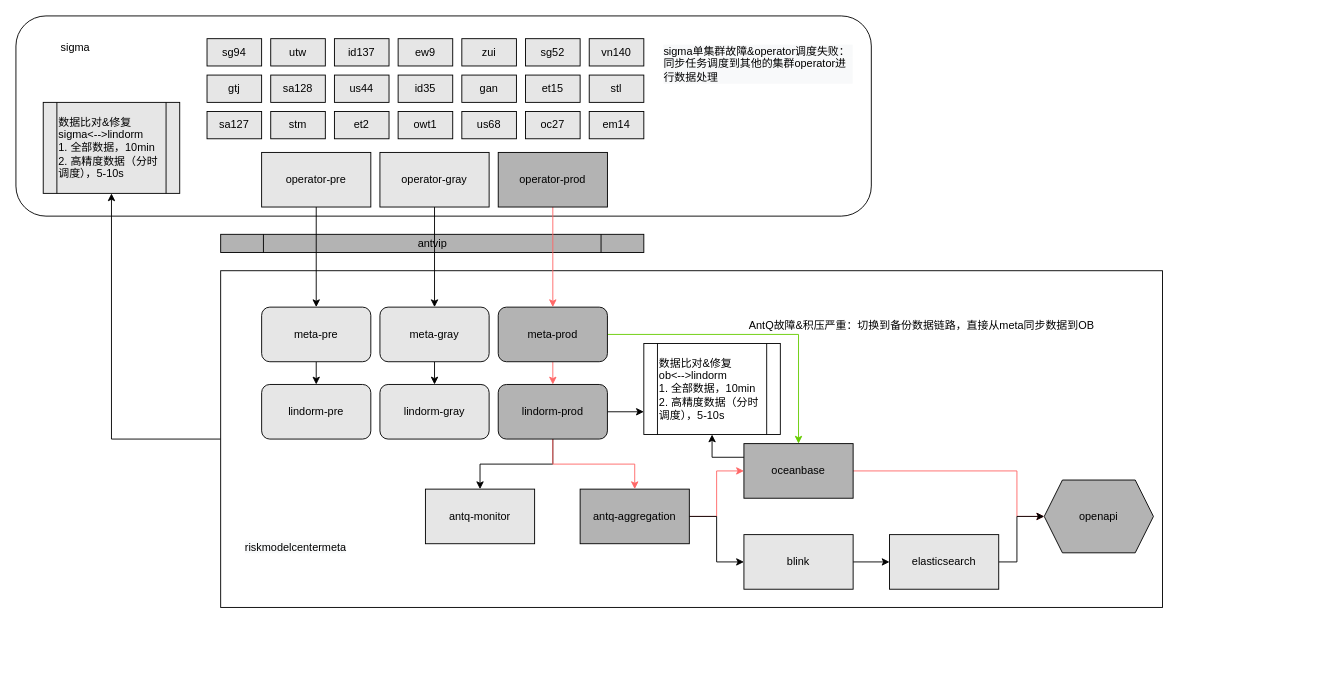
Earlier version of the draw.io diagram 蚂蚁金服/RMC/蚂蚁金服-RMC-[20200904]-分时调度数据链路.drawio (frankneu/draw.io). Source tidied: cells renumbered, new cells numbered last; positions are measured from the earlier drawing's top-left corner, leaving out a move shared by most shapes. Both pictures are drawn from the tidied source at 91%, with x=0, y=0 at pixel (15, 15).
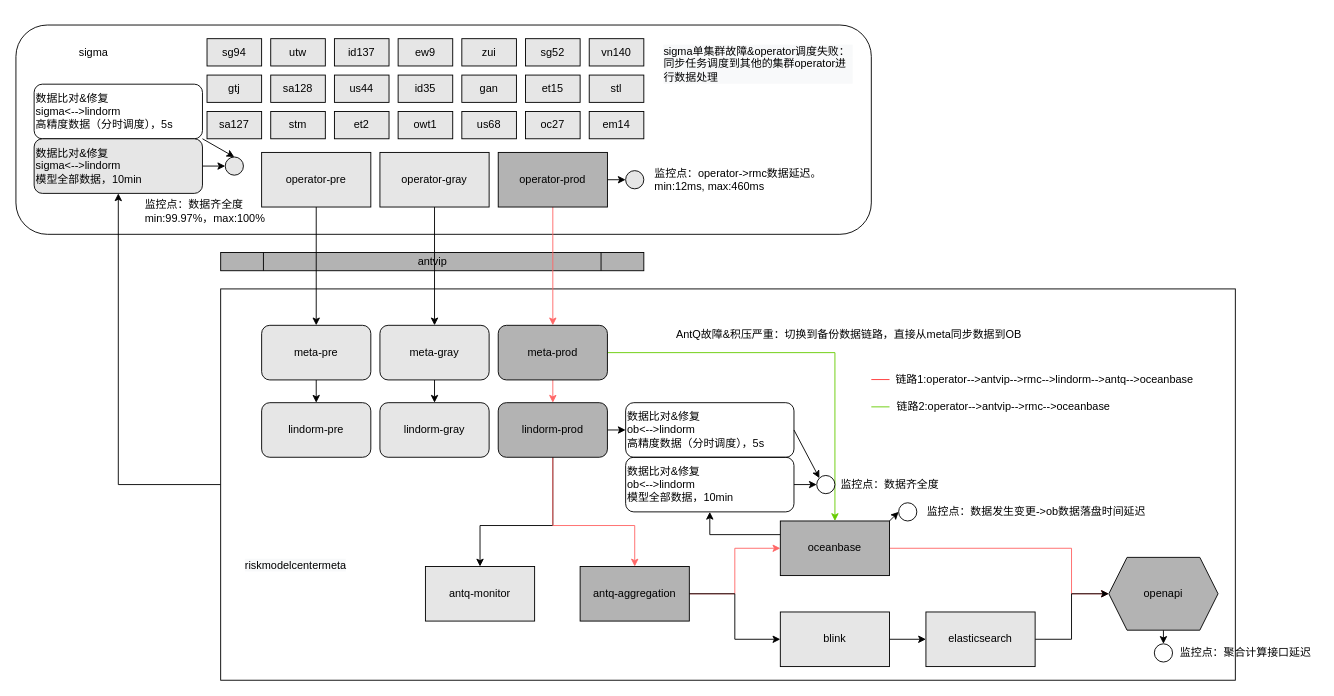
The same page after the edit.

Commit message (it also covers changes not shown here):
Update 蚂蚁金服-RMC-[20200904]-分时调度数据链路.drawio

Unchanged cells that the change refers to:
```xml
<mxCell id="32" value="&lt;span&gt;operator-prod&lt;/span&gt;" style="rounded=0;whiteSpace=wrap;html=1;fillColor=#B3B3B3;" parent="1" vertex="1">
  <mxGeometry x="530" y="150" width="120" height="60" as="geometry" />
</mxCell>
```

Change to the diagram source:
```diff
@@
     <mxCell id="2" style="rounded=1;whiteSpace=wrap;html=1;" parent="1" vertex="1">
-      <mxGeometry width="940" height="220" as="geometry" />
+      <mxGeometry y="10" width="940" height="230" as="geometry" />
     </mxCell>
@@
     <mxCell id="24" value="antvip" style="shape=process;whiteSpace=wrap;html=1;backgroundOutline=1;fillColor=#B3B3B3;" parent="1" vertex="1">
-      <mxGeometry x="225" y="240" width="465" height="20" as="geometry" />
+      <mxGeometry x="225" y="260" width="465" height="20" as="geometry" />
     </mxCell>
-    <mxCell id="25" style="edgeStyle=orthogonalEdgeStyle;rounded=0;jettySize=auto;html=1;exitX=0;exitY=0.5;exitDx=0;exitDy=0;entryX=0.5;entryY=1;entryDx=0;entryDy=0;" parent="1" edge="1" source="26" target="60">
+    <mxCell id="25" style="edgeStyle=orthogonalEdgeStyle;rounded=0;jettySize=auto;html=1;exitX=0;exitY=0.5;exitDx=0;exitDy=0;entryX=0.5;entryY=1;entryDx=0;entryDy=0;" parent="1" edge="1" source="26" target="84">
       <mxGeometry relative="1" as="geometry" />
     </mxCell>
     <mxCell id="26" style="rounded=0;whiteSpace=wrap;html=1;" parent="1" vertex="1">
-      <mxGeometry x="225" y="280" width="1035" height="370" as="geometry" />
+      <mxGeometry x="225" y="300" width="1115" height="430" as="geometry" />
     </mxCell>
@@
+    <mxCell id="65" style="edgeStyle=none;rounded=0;jettySize=auto;html=1;exitX=1;exitY=0.5;exitDx=0;exitDy=0;strokeColor=#000000;fillColor=#FFFF99;entryX=0;entryY=0.5;entryDx=0;entryDy=0;" parent="1" edge="1" source="32" target="74">
+      <mxGeometry relative="1" as="geometry" />
+    </mxCell>
@@
     <mxCell id="35" value="antq-aggregation" style="whiteSpace=wrap;html=1;rounded=0;fillColor=#B3B3B3;" parent="1" vertex="1">
-      <mxGeometry x="620" y="520" width="120" height="60" as="geometry" />
+      <mxGeometry x="620" y="605" width="120" height="60" as="geometry" />
     </mxCell>
     <mxCell id="36" style="edgeStyle=orthogonalEdgeStyle;rounded=0;jettySize=auto;html=1;fillColor=#E6E6E6;strokeColor=#FF6666;" parent="1" edge="1" source="38" target="39">
       <mxGeometry relative="1" as="geometry">
         <Array as="points">
-          <mxPoint x="1100" y="500" />
-          <mxPoint x="1100" y="550" />
+          <mxPoint x="1160" y="585" />
+          <mxPoint x="1160" y="635" />
         </Array>
       </mxGeometry>
     </mxCell>
-    <mxCell id="37" style="edgeStyle=orthogonalEdgeStyle;rounded=0;jettySize=auto;html=1;exitX=0;exitY=0.25;exitDx=0;exitDy=0;entryX=0.5;entryY=1;entryDx=0;entryDy=0;fillColor=#E6E6E6;" parent="1" edge="1" source="38" target="61">
+    <mxCell id="37" style="edgeStyle=orthogonalEdgeStyle;rounded=0;jettySize=auto;html=1;exitX=0;exitY=0.25;exitDx=0;exitDy=0;entryX=0.5;entryY=1;entryDx=0;entryDy=0;fillColor=#E6E6E6;" parent="1" edge="1" source="38" target="88">
       <mxGeometry relative="1" as="geometry" />
     </mxCell>
+    <mxCell id="66" style="edgeStyle=none;rounded=0;jettySize=auto;html=1;exitX=1;exitY=0;exitDx=0;exitDy=0;strokeColor=#000000;fillColor=#FFFF99;entryX=0;entryY=0.5;entryDx=0;entryDy=0;" parent="1" edge="1" source="38">
+      <mxGeometry relative="1" as="geometry">
+        <mxPoint x="960" y="555" as="targetPoint" />
+      </mxGeometry>
+    </mxCell>
+    <mxCell id="67" style="edgeStyle=none;rounded=0;jettySize=auto;html=1;exitX=1;exitY=0;exitDx=0;exitDy=0;entryX=0;entryY=0.5;entryDx=0;entryDy=0;strokeColor=#000000;fillColor=#FFFF99;" parent="1" edge="1" source="38" target="79">
+      <mxGeometry relative="1" as="geometry" />
+    </mxCell>
     <mxCell id="38" value="oceanbase" style="whiteSpace=wrap;html=1;rounded=0;fillColor=#B3B3B3;" parent="1" vertex="1">
-      <mxGeometry x="800" y="470" width="120" height="60" as="geometry" />
+      <mxGeometry x="840" y="555" width="120" height="60" as="geometry" />
     </mxCell>
+    <mxCell id="68" style="edgeStyle=none;rounded=0;jettySize=auto;html=1;exitX=0.5;exitY=1;exitDx=0;exitDy=0;entryX=0.5;entryY=0;entryDx=0;entryDy=0;strokeColor=#000000;fillColor=#FFFF99;" parent="1" edge="1" source="39" target="77">
+      <mxGeometry relative="1" as="geometry" />
+    </mxCell>
     <mxCell id="39" value="openapi" style="shape=hexagon;perimeter=hexagonPerimeter2;whiteSpace=wrap;html=1;fixedSize=1;rounded=0;fillColor=#B3B3B3;" parent="1" vertex="1">
-      <mxGeometry x="1130" y="510" width="120" height="80" as="geometry" />
+      <mxGeometry x="1201" y="595" width="120" height="80" as="geometry" />
     </mxCell>
@@
     <mxCell id="41" value="blink" style="whiteSpace=wrap;html=1;rounded=0;fillColor=#E6E6E6;" parent="1" vertex="1">
-      <mxGeometry x="800" y="570" width="120" height="60" as="geometry" />
+      <mxGeometry x="840" y="655" width="120" height="60" as="geometry" />
     </mxCell>
     <mxCell id="42" style="edgeStyle=orthogonalEdgeStyle;rounded=0;jettySize=auto;html=1;exitX=1;exitY=0.5;exitDx=0;exitDy=0;entryX=0;entryY=0.5;entryDx=0;entryDy=0;fillColor=#E6E6E6;" parent="1" edge="1" source="43" target="39">
       <mxGeometry relative="1" as="geometry">
         <Array as="points">
-          <mxPoint x="1100" y="600" />
-          <mxPoint x="1100" y="550" />
+          <mxPoint x="1160" y="685" />
+          <mxPoint x="1160" y="635" />
         </Array>
       </mxGeometry>
     </mxCell>
     <mxCell id="43" value="elasticsearch" style="whiteSpace=wrap;html=1;rounded=0;fillColor=#E6E6E6;" parent="1" vertex="1">
-      <mxGeometry x="960" y="570" width="120" height="60" as="geometry" />
+      <mxGeometry x="1000" y="655" width="120" height="60" as="geometry" />
     </mxCell>
     <mxCell id="44" value="antq-monitor" style="whiteSpace=wrap;html=1;rounded=0;fillColor=#E6E6E6;" parent="1" vertex="1">
-      <mxGeometry x="450" y="520" width="120" height="60" as="geometry" />
+      <mxGeometry x="450" y="605" width="120" height="60" as="geometry" />
     </mxCell>
     <mxCell id="45" value="&lt;span style=&quot;color: rgb(0, 0, 0); font-family: helvetica; font-size: 12px; font-style: normal; font-weight: 400; letter-spacing: normal; text-align: center; text-indent: 0px; text-transform: none; word-spacing: 0px; background-color: rgb(248, 249, 250); display: inline; float: none;&quot;&gt;riskmodelcentermeta&lt;/span&gt;" style="text;whiteSpace=wrap;html=1;" parent="1" vertex="1">
-      <mxGeometry x="250" y="570" width="140" height="30" as="geometry" />
+      <mxGeometry x="250" y="590" width="140" height="30" as="geometry" />
     </mxCell>
@@
     <mxCell id="47" value="meta-pre" style="rounded=1;whiteSpace=wrap;html=1;fillColor=#E6E6E6;" parent="1" vertex="1">
-      <mxGeometry x="270" y="320" width="120" height="60" as="geometry" />
+      <mxGeometry x="270" y="340" width="120" height="60" as="geometry" />
     </mxCell>
@@
     <mxCell id="49" value="meta-gray" style="rounded=1;whiteSpace=wrap;html=1;fillColor=#E6E6E6;" parent="1" vertex="1">
-      <mxGeometry x="400" y="320" width="120" height="60" as="geometry" />
+      <mxGeometry x="400" y="340" width="120" height="60" as="geometry" />
     </mxCell>
@@
     <mxCell id="52" value="meta-prod" style="rounded=1;whiteSpace=wrap;html=1;fillColor=#B3B3B3;" parent="1" vertex="1">
-      <mxGeometry x="530" y="320" width="120" height="60" as="geometry" />
+      <mxGeometry x="530" y="340" width="120" height="60" as="geometry" />
     </mxCell>
     <mxCell id="53" value="lindorm-pre" style="rounded=1;whiteSpace=wrap;html=1;fillColor=#E6E6E6;" parent="1" vertex="1">
-      <mxGeometry x="270" y="405" width="120" height="60" as="geometry" />
+      <mxGeometry x="270" y="425" width="120" height="60" as="geometry" />
     </mxCell>
     <mxCell id="54" value="lindorm-gray" style="rounded=1;whiteSpace=wrap;html=1;fillColor=#E6E6E6;" parent="1" vertex="1">
-      <mxGeometry x="400" y="405" width="120" height="60" as="geometry" />
+      <mxGeometry x="400" y="425" width="120" height="60" as="geometry" />
     </mxCell>
     <mxCell id="55" style="edgeStyle=orthogonalEdgeStyle;rounded=0;jettySize=auto;html=1;exitX=0.5;exitY=1;exitDx=0;exitDy=0;entryX=0.5;entryY=0;entryDx=0;entryDy=0;fillColor=#E6E6E6;" parent="1" edge="1" source="58" target="44">
-      <mxGeometry relative="1" as="geometry" />
+      <mxGeometry relative="1" as="geometry">
+        <Array as="points">
+          <mxPoint x="590" y="560" />
+          <mxPoint x="510" y="560" />
+        </Array>
+      </mxGeometry>
     </mxCell>
-    <mxCell id="56" style="edgeStyle=orthogonalEdgeStyle;rounded=0;jettySize=auto;html=1;exitX=1;exitY=0.5;exitDx=0;exitDy=0;entryX=0;entryY=0.75;entryDx=0;entryDy=0;" parent="1" edge="1" source="58" target="61">
-      <mxGeometry relative="1" as="geometry" />
-    </mxCell>
     <mxCell id="57" style="edgeStyle=orthogonalEdgeStyle;rounded=0;jettySize=auto;html=1;exitX=0.5;exitY=1;exitDx=0;exitDy=0;entryX=0.5;entryY=0;entryDx=0;entryDy=0;fillColor=#E6E6E6;strokeColor=#FF6666;" parent="1" edge="1" source="58" target="35">
-      <mxGeometry relative="1" as="geometry" />
+      <mxGeometry relative="1" as="geometry">
+        <Array as="points">
+          <mxPoint x="590" y="560" />
+          <mxPoint x="680" y="560" />
+        </Array>
+      </mxGeometry>
     </mxCell>
+    <mxCell id="69" style="edgeStyle=none;rounded=0;jettySize=auto;html=1;exitX=1;exitY=0.5;exitDx=0;exitDy=0;entryX=0;entryY=0.5;entryDx=0;entryDy=0;strokeColor=#000000;fillColor=#FFFF99;" parent="1" edge="1" source="58" target="86">
+      <mxGeometry relative="1" as="geometry" />
+    </mxCell>
     <mxCell id="58" value="lindorm-prod" style="rounded=1;whiteSpace=wrap;html=1;fillColor=#B3B3B3;" parent="1" vertex="1">
-      <mxGeometry x="530" y="405" width="120" height="60" as="geometry" />
+      <mxGeometry x="530" y="425" width="120" height="60" as="geometry" />
     </mxCell>
     <mxCell id="59" value="sigma" style="text;html=1;align=center;verticalAlign=middle;" parent="1" vertex="1">
-      <mxGeometry x="40" y="25" width="50" height="20" as="geometry" />
+      <mxGeometry x="60" y="30" width="50" height="20" as="geometry" />
     </mxCell>
-    <mxCell id="60" value="&lt;span&gt;数据比对&lt;/span&gt;&amp;amp;修复&lt;span&gt;&lt;br&gt;sigma&amp;lt;--&amp;gt;lindorm&lt;/span&gt;&lt;br&gt;&lt;span&gt;1. 全部数据，10min&lt;/span&gt;&lt;br&gt;&lt;span&gt;2. 高精度数据（分时调度），5-10s&lt;/span&gt;" style="shape=process;whiteSpace=wrap;html=1;backgroundOutline=1;fillColor=#E6E6E6;align=left;" parent="1" vertex="1">
-      <mxGeometry x="30" y="95" width="150" height="100" as="geometry" />
-    </mxCell>
-    <mxCell id="61" value="&lt;span&gt;数据比对&amp;amp;修复&amp;nbsp;&lt;br&gt;ob&amp;lt;--&amp;gt;lindorm&lt;/span&gt;&lt;br&gt;&lt;span&gt;1. 全部数据，10min&lt;/span&gt;&lt;br&gt;&lt;span&gt;2. 高精度数据（分时调度），5-10s&lt;/span&gt;" style="shape=process;whiteSpace=wrap;html=1;backgroundOutline=1;fillColor=#FFFFFF;align=left;" parent="1" vertex="1">
-      <mxGeometry x="690" y="360" width="150" height="100" as="geometry" />
-    </mxCell>
@@
     <mxCell id="64" value="AntQ故障&amp;amp;积压严重：切换到备份数据链路，直接从meta同步数据到OB" style="text;html=1;align=center;verticalAlign=middle;" parent="1" vertex="1">
-      <mxGeometry x="800" y="330" width="390" height="20" as="geometry" />
+      <mxGeometry x="720" y="340" width="390" height="20" as="geometry" />
     </mxCell>
+    <mxCell id="70" value="链路1:operator--&amp;gt;antvip--&amp;gt;rmc--&amp;gt;lindorm--&amp;gt;antq--&amp;gt;oceanbase" style="text;html=1;align=center;verticalAlign=middle;" parent="1" vertex="1">
+      <mxGeometry x="960" y="390" width="340" height="20" as="geometry" />
+    </mxCell>
+    <mxCell id="71" value="链路2:operator--&amp;gt;antvip--&amp;gt;rmc--&amp;gt;oceanbase" style="text;html=1;align=center;verticalAlign=middle;" parent="1" vertex="1">
+      <mxGeometry x="960" y="420" width="250" height="20" as="geometry" />
+    </mxCell>
+    <mxCell id="72" style="endArrow=none;html=1;strokeColor=#66CC00;fillColor=#FFFF99;" parent="1" edge="1">
+      <mxGeometry relative="1" as="geometry">
+        <mxPoint x="940" y="429.6" as="sourcePoint" />
+        <mxPoint x="960" y="429.6" as="targetPoint" />
+      </mxGeometry>
+    </mxCell>
+    <mxCell id="73" style="endArrow=none;html=1;strokeColor=#FF3333;fillColor=#FFFF99;" parent="1" edge="1">
+      <mxGeometry relative="1" as="geometry">
+        <mxPoint x="940" y="399.6" as="sourcePoint" />
+        <mxPoint x="960" y="399.6" as="targetPoint" />
+      </mxGeometry>
+    </mxCell>
+    <mxCell id="74" style="ellipse;whiteSpace=wrap;html=1;fillColor=#E6E6E6;" parent="1" vertex="1">
+      <mxGeometry x="670" y="170" width="20" height="20" as="geometry" />
+    </mxCell>
+    <mxCell id="75" value="监控点：operator-&amp;gt;rmc数据延迟。&lt;br&gt;min:12ms, max:460ms" style="text;html=1;align=left;verticalAlign=middle;" parent="1" vertex="1">
+      <mxGeometry x="700" y="165" width="200" height="30" as="geometry" />
+    </mxCell>
+    <mxCell id="76" style="ellipse;whiteSpace=wrap;html=1;fillColor=#E6E6E6;" parent="1" vertex="1">
+      <mxGeometry x="230" y="155" width="20" height="20" as="geometry" />
+    </mxCell>
+    <mxCell id="77" style="ellipse;whiteSpace=wrap;html=1;" parent="1" vertex="1">
+      <mxGeometry x="1251" y="690" width="20" height="20" as="geometry" />
+    </mxCell>
+    <mxCell id="78" style="ellipse;whiteSpace=wrap;html=1;" parent="1" vertex="1">
+      <mxGeometry x="880" y="505" width="20" height="20" as="geometry" />
+    </mxCell>
+    <mxCell id="79" style="ellipse;whiteSpace=wrap;html=1;" parent="1" vertex="1">
+      <mxGeometry x="970" y="535" width="20" height="20" as="geometry" />
+    </mxCell>
+    <mxCell id="80" value="监控点：数据发生变更-&amp;gt;ob数据落盘时间延迟" style="text;html=1;align=center;verticalAlign=middle;" parent="1" vertex="1">
+      <mxGeometry x="991" y="535" width="260" height="20" as="geometry" />
+    </mxCell>
+    <mxCell id="81" style="edgeStyle=none;rounded=0;jettySize=auto;html=1;exitX=1;exitY=1;exitDx=0;exitDy=0;entryX=0.5;entryY=0;entryDx=0;entryDy=0;strokeColor=#000000;fillColor=#FFFF99;" parent="1" edge="1" source="82" target="76">
+      <mxGeometry relative="1" as="geometry" />
+    </mxCell>
+    <mxCell id="82" value="&lt;span&gt;数据比对&lt;/span&gt;&lt;span&gt;&amp;amp;修复&lt;/span&gt;&lt;span&gt;&lt;br&gt;sigma&amp;lt;--&amp;gt;lindorm&lt;/span&gt;&lt;br&gt;&lt;span&gt;高精度数据（分时调度），5s&lt;/span&gt;" style="rounded=1;whiteSpace=wrap;html=1;fillColor=none;align=left;" parent="1" vertex="1">
+      <mxGeometry x="20" y="75" width="185" height="60" as="geometry" />
+    </mxCell>
+    <mxCell id="83" style="edgeStyle=none;rounded=0;jettySize=auto;html=1;exitX=1;exitY=0.5;exitDx=0;exitDy=0;entryX=0;entryY=0.5;entryDx=0;entryDy=0;strokeColor=#000000;fillColor=#FFFF99;" parent="1" edge="1" source="84" target="76">
+      <mxGeometry relative="1" as="geometry" />
+    </mxCell>
+    <mxCell id="84" value="数据比对&amp;amp;修复&lt;br&gt;sigma&amp;lt;--&amp;gt;lindorm&lt;br&gt;模型全部数据，10min" style="rounded=1;whiteSpace=wrap;html=1;fillColor=#E6E6E6;align=left;" parent="1" vertex="1">
+      <mxGeometry x="20" y="135" width="185" height="60" as="geometry" />
+    </mxCell>
+    <mxCell id="85" style="edgeStyle=none;rounded=0;jettySize=auto;html=1;exitX=1;exitY=0.5;exitDx=0;exitDy=0;entryX=0;entryY=0;entryDx=0;entryDy=0;strokeColor=#000000;fillColor=#FFFF99;" parent="1" edge="1" source="86" target="78">
+      <mxGeometry relative="1" as="geometry" />
+    </mxCell>
+    <mxCell id="86" value="&lt;span&gt;数据比对&lt;/span&gt;&lt;span&gt;&amp;amp;修复&lt;/span&gt;&lt;span&gt;&lt;br&gt;ob&amp;lt;--&amp;gt;lindorm&lt;/span&gt;&lt;br&gt;&lt;span&gt;高精度数据（分时调度），5s&lt;/span&gt;" style="rounded=1;whiteSpace=wrap;html=1;fillColor=none;align=left;" parent="1" vertex="1">
+      <mxGeometry x="670" y="425" width="185" height="60" as="geometry" />
+    </mxCell>
+    <mxCell id="87" style="edgeStyle=none;rounded=0;jettySize=auto;html=1;exitX=1;exitY=0.5;exitDx=0;exitDy=0;entryX=0;entryY=0.5;entryDx=0;entryDy=0;strokeColor=#000000;fillColor=#FFFF99;" parent="1" edge="1" source="88" target="78">
+      <mxGeometry relative="1" as="geometry" />
+    </mxCell>
+    <mxCell id="88" value="数据比对&amp;amp;修复&lt;br&gt;ob&amp;lt;--&amp;gt;lindorm&lt;br&gt;模型全部数据，10min" style="rounded=1;whiteSpace=wrap;html=1;fillColor=none;align=left;" parent="1" vertex="1">
+      <mxGeometry x="670" y="485" width="185" height="60" as="geometry" />
+    </mxCell>
+    <mxCell id="89" value="监控点：数据齐全度" style="text;html=1;align=center;verticalAlign=middle;" parent="1" vertex="1">
+      <mxGeometry x="900" y="505" width="120" height="20" as="geometry" />
+    </mxCell>
+    <mxCell id="90" value="监控点：数据齐全度&lt;br&gt;min:99.97%，max:100%" style="text;html=1;align=left;verticalAlign=middle;" parent="1" vertex="1">
+      <mxGeometry x="140" y="200" width="150" height="30" as="geometry" />
+    </mxCell>
+    <mxCell id="91" value="监控点：聚合计算接口延迟" style="text;html=1;align=center;verticalAlign=middle;" parent="1" vertex="1">
+      <mxGeometry x="1271" y="690" width="160" height="20" as="geometry" />
+    </mxCell>
```
